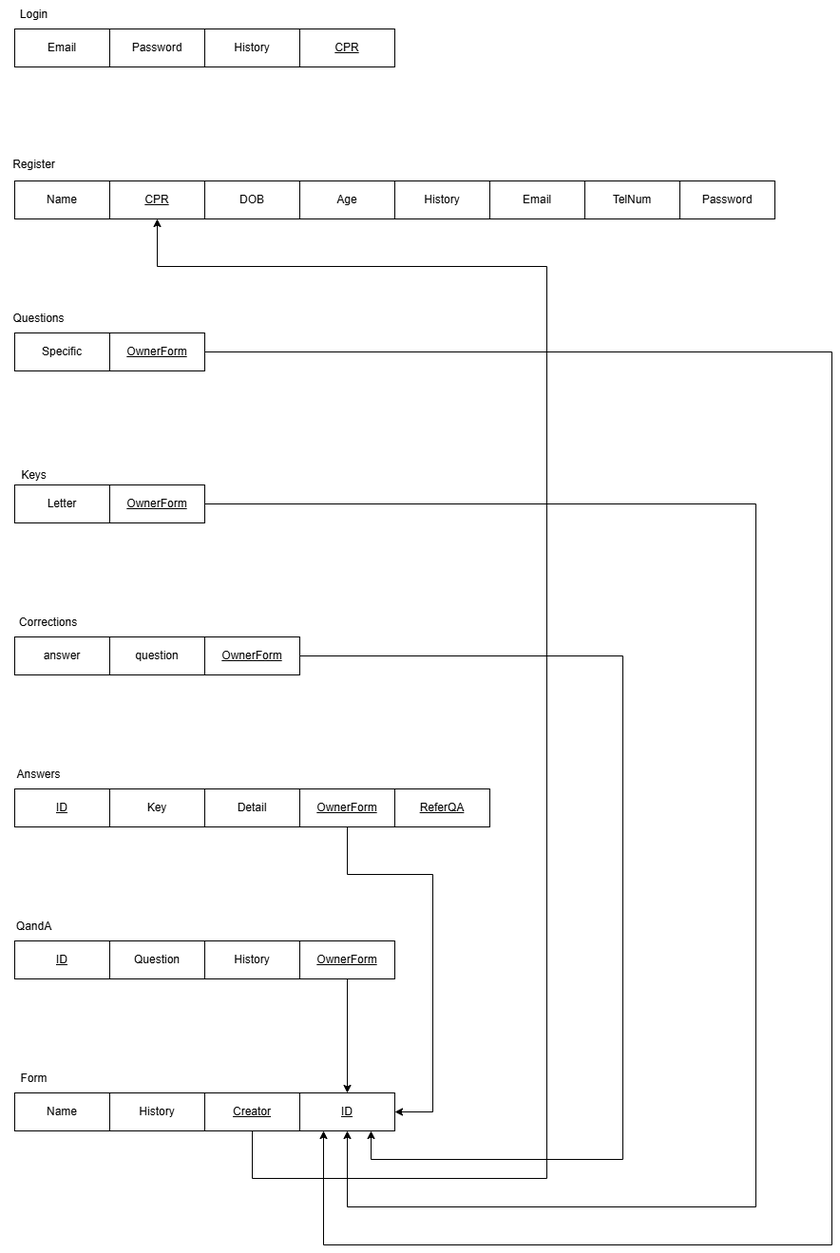
another4433/another4433 keeps this draw.io diagram as Bahrainouna Project/Database_mapping.drawio.png. Above is the earlier version. Source tidied: cells renumbered, new cells last; positions are measured from the earlier drawing's top-left corner, leaving out a move shared by most shapes.
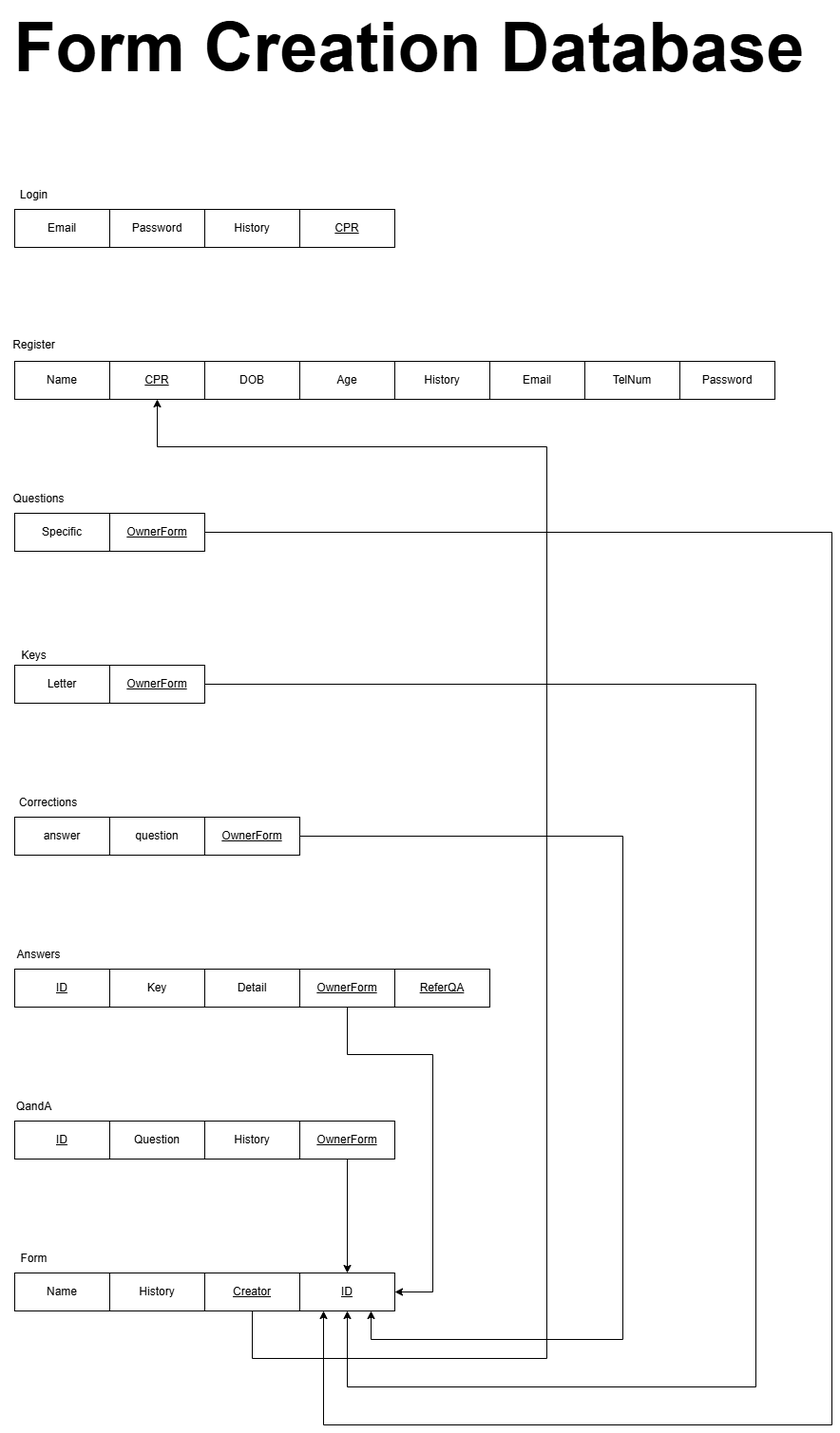
The same diagram one commit later.

Change to the diagram source:
```diff
@@ -171,5 +171,8 @@
     <mxCell id="47" value="Form" style="text;html=1;align=center;verticalAlign=middle;strokeColor=none;fillColor=none;" parent="1" vertex="1">
       <mxGeometry x="10" y="1120" width="50" height="30" as="geometry" />
     </mxCell>
+    <mxCell id="48" value="&lt;b&gt;&lt;font style=&quot;font-size: 72px;&quot;&gt;Form Creation Database&lt;/font&gt;&lt;/b&gt;" style="text;html=1;align=center;verticalAlign=middle;strokeColor=none;fillColor=none;" parent="1" vertex="1">
+      <mxGeometry y="-190" width="860" height="100" as="geometry" />
+    </mxCell>
   </root>
 </mxGraphModel>
```
